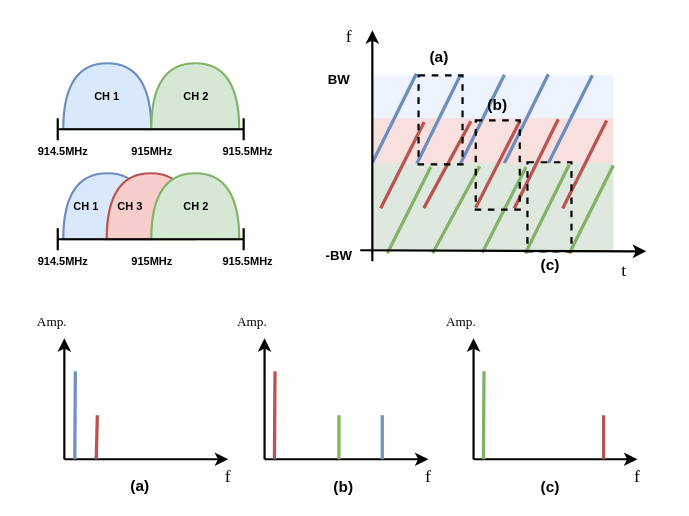
Above: Fig1.drawio in Haowang2020/draw (draw.io), before the change. Source tidied: cells renumbered, new cells numbered last; positions are measured from the earlier drawing's top-left corner, leaving out a move shared by most shapes. Both pictures are drawn from the tidied source at 110%, with x=0, y=0 at pixel (19, 19). Pictures stored in the file or linked from it are replaced by grey dashed boxes.
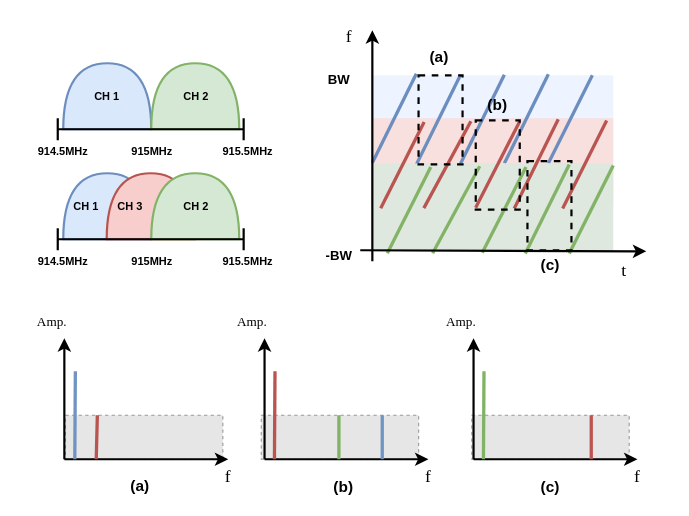
Above is the later version.

What changed in the source:
```diff
@@
+    <mxCell id="72" style="fillColor=#E6E6E6;strokeColor=#999999;dashed=1;verticalLabelPosition=bottom;labelBackgroundColor=default;verticalAlign=top;" parent="1" vertex="1">
+      <mxGeometry x="411.4" y="360" width="143.1" height="40" as="geometry" />
+    </mxCell>
+    <mxCell id="73" style="fillColor=#E6E6E6;strokeColor=#999999;dashed=1;verticalLabelPosition=bottom;labelBackgroundColor=default;verticalAlign=top;" parent="1" vertex="1">
+      <mxGeometry x="220" y="360" width="143.1" height="40" as="geometry" />
+    </mxCell>
+    <mxCell id="74" style="fillColor=#E6E6E6;strokeColor=#999999;dashed=1;verticalLabelPosition=bottom;labelBackgroundColor=default;verticalAlign=top;" parent="1" vertex="1">
+      <mxGeometry x="42" y="360" width="143.1" height="40" as="geometry" />
+    </mxCell>
@@
     <mxCell id="46" style="rounded=0;whiteSpace=wrap;html=1;dashed=1;fillColor=none;strokeWidth=2;" parent="1" vertex="1">
-      <mxGeometry x="462" y="130" width="40" height="81" as="geometry" />
+      <mxGeometry x="462" y="129" width="40" height="81" as="geometry" />
     </mxCell>
@@
-    <mxCell id="69" style="endArrow=none;html=1;rounded=1;strokeWidth=3;curved=0;strokeColor=#B95450;" parent="1" edge="1">
+    <mxCell id="69" style="endArrow=none;html=1;rounded=1;strokeWidth=3;curved=0;strokeColor=#B95450;" parent="1" edge="1" source="72">
       <mxGeometry relative="1" as="geometry">
-        <mxPoint x="531.2" y="400" as="sourcePoint" />
         <mxPoint x="531.2" y="360" as="targetPoint" />
       </mxGeometry>
     </mxCell>
@@
+    <mxCell id="75" style="endArrow=none;html=1;rounded=1;strokeWidth=3;curved=0;strokeColor=#B95450;" parent="1" edge="1" target="72">
+      <mxGeometry relative="1" as="geometry">
+        <mxPoint x="531.2" y="400" as="sourcePoint" />
+      </mxGeometry>
+    </mxCell>
+    <mxCell id="76" style="endArrow=none;html=1;rounded=1;strokeWidth=3;curved=0;strokeColor=#B95450;" parent="1" edge="1">
+      <mxGeometry relative="1" as="geometry">
+        <mxPoint x="520" y="400" as="sourcePoint" />
+        <mxPoint x="520" y="360" as="targetPoint" />
+      </mxGeometry>
+    </mxCell>
```
